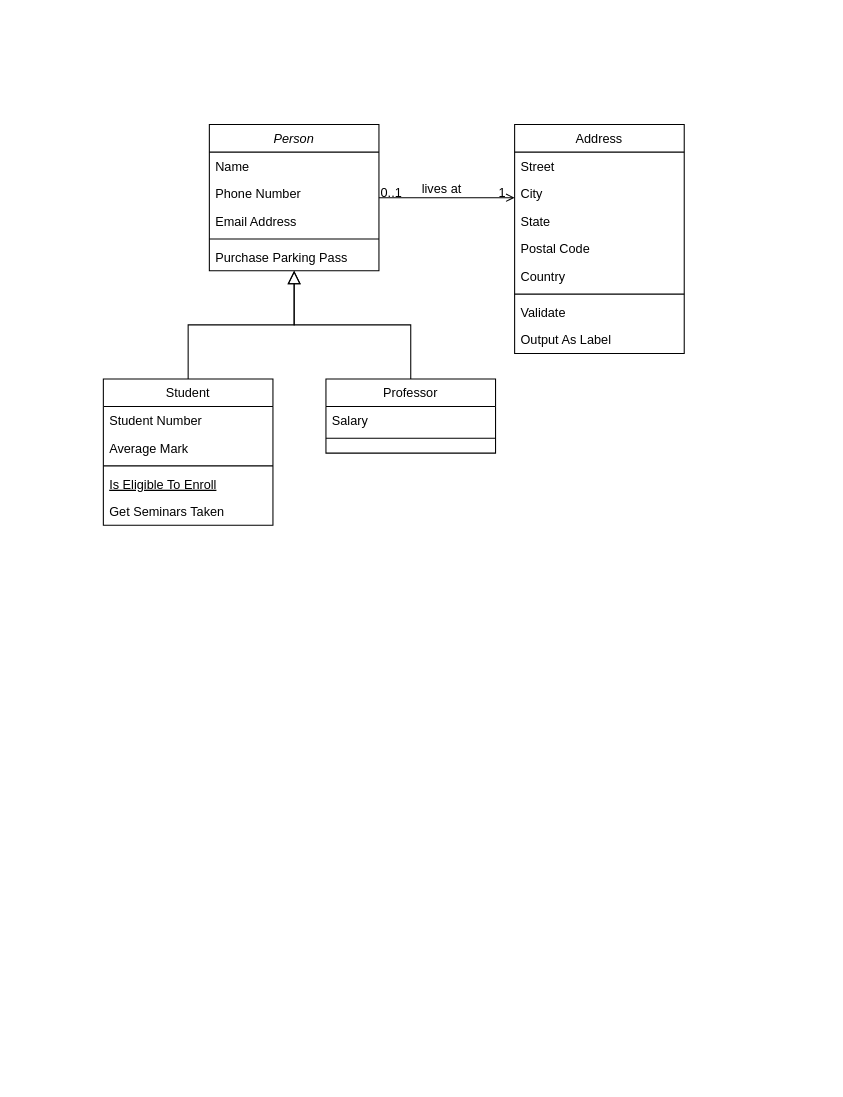
vvmrohit/project keeps this draw.io diagram as Untitled Diagram.drawio. Above is the earlier version. Source tidied: cells renumbered, new cells numbered last; positions are measured from the earlier drawing's top-left corner, leaving out a move shared by most shapes. Both pictures are drawn from the tidied source at 106%, with x=0, y=0 at pixel (103, 124).
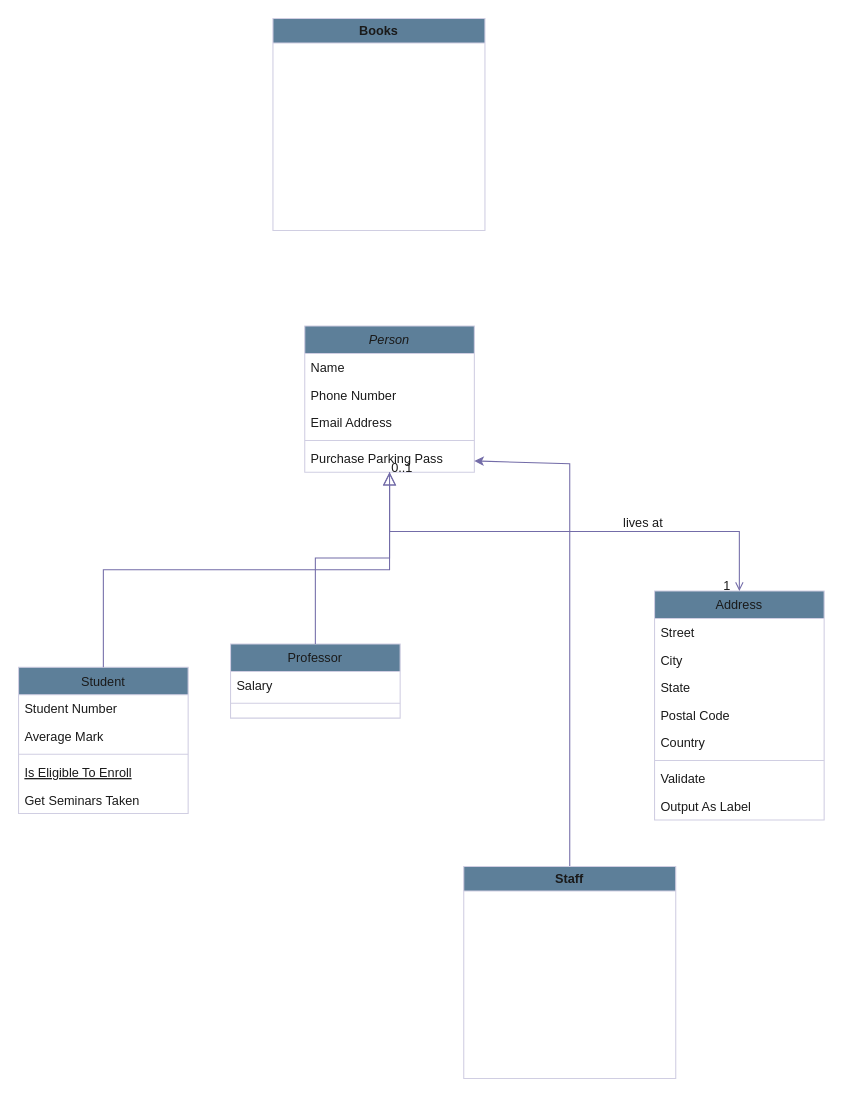
Above is the later version.

Change to the diagram source:
```diff
@@
-    <mxCell id="2" value="Person" style="swimlane;fontStyle=2;align=center;verticalAlign=top;horizontal=1;startSize=26;rounded=0;shadow=0;strokeWidth=1;" parent="1" vertex="1">
-      <mxGeometry x="100" width="160" height="138" as="geometry" />
+    <mxCell id="2" value="Person" style="swimlane;fontStyle=2;align=center;verticalAlign=top;horizontal=1;startSize=26;rounded=0;shadow=0;strokeWidth=1;labelBackgroundColor=none;fillColor=#5D7F99;strokeColor=#D0CEE2;fontColor=#1A1A1A;" parent="1" vertex="1">
+      <mxGeometry x="190" y="190" width="160" height="138" as="geometry" />
     </mxCell>
-    <mxCell id="3" value="Name" style="text;align=left;verticalAlign=top;spacingLeft=4;spacingRight=4;overflow=hidden;" parent="2" vertex="1">
+    <mxCell id="3" value="Name" style="text;align=left;verticalAlign=top;spacingLeft=4;spacingRight=4;overflow=hidden;labelBackgroundColor=none;fontColor=#1A1A1A;" parent="2" vertex="1">
       <mxGeometry y="26" width="160" height="26" as="geometry" />
     </mxCell>
-    <mxCell id="4" value="Phone Number" style="text;align=left;verticalAlign=top;spacingLeft=4;spacingRight=4;overflow=hidden;rounded=0;shadow=0;html=0;" parent="2" vertex="1">
+    <mxCell id="4" value="Phone Number" style="text;align=left;verticalAlign=top;spacingLeft=4;spacingRight=4;overflow=hidden;rounded=0;shadow=0;html=0;labelBackgroundColor=none;fontColor=#1A1A1A;" parent="2" vertex="1">
       <mxGeometry y="52" width="160" height="26" as="geometry" />
     </mxCell>
-    <mxCell id="5" value="Email Address" style="text;align=left;verticalAlign=top;spacingLeft=4;spacingRight=4;overflow=hidden;rounded=0;shadow=0;html=0;" parent="2" vertex="1">
+    <mxCell id="5" value="Email Address" style="text;align=left;verticalAlign=top;spacingLeft=4;spacingRight=4;overflow=hidden;rounded=0;shadow=0;html=0;labelBackgroundColor=none;fontColor=#1A1A1A;" parent="2" vertex="1">
       <mxGeometry y="78" width="160" height="26" as="geometry" />
     </mxCell>
-    <mxCell id="6" style="line;html=1;strokeWidth=1;align=left;verticalAlign=middle;spacingTop=-1;spacingLeft=3;spacingRight=3;labelPosition=right;" parent="2" vertex="1">
+    <mxCell id="6" style="line;html=1;strokeWidth=1;align=left;verticalAlign=middle;spacingTop=-1;spacingLeft=3;spacingRight=3;labelPosition=right;labelBackgroundColor=none;fillColor=#5D7F99;strokeColor=#D0CEE2;fontColor=#1A1A1A;" parent="2" vertex="1">
       <mxGeometry y="104" width="160" height="8" as="geometry" />
     </mxCell>
-    <mxCell id="7" value="Purchase Parking Pass" style="text;align=left;verticalAlign=top;spacingLeft=4;spacingRight=4;overflow=hidden;points=[[0,0.5],[1,0.5]];portConstraint=eastwest;" parent="2" vertex="1">
+    <mxCell id="7" value="Purchase Parking Pass" style="text;align=left;verticalAlign=top;spacingLeft=4;spacingRight=4;overflow=hidden;points=[[0,0.5],[1,0.5]];portConstraint=eastwest;labelBackgroundColor=none;fontColor=#1A1A1A;" parent="2" vertex="1">
       <mxGeometry y="112" width="160" height="26" as="geometry" />
     </mxCell>
-    <mxCell id="8" value="Student" style="swimlane;fontStyle=0;align=center;verticalAlign=top;horizontal=1;startSize=26;rounded=0;shadow=0;strokeWidth=1;" parent="1" vertex="1">
-      <mxGeometry y="240" width="160" height="138" as="geometry" />
+    <mxCell id="8" value="Student" style="swimlane;fontStyle=0;align=center;verticalAlign=top;horizontal=1;startSize=26;rounded=0;shadow=0;strokeWidth=1;labelBackgroundColor=none;fillColor=#5D7F99;strokeColor=#D0CEE2;fontColor=#1A1A1A;" parent="1" vertex="1">
+      <mxGeometry x="-80" y="512" width="160" height="138" as="geometry" />
     </mxCell>
-    <mxCell id="9" value="Student Number" style="text;align=left;verticalAlign=top;spacingLeft=4;spacingRight=4;overflow=hidden;" parent="8" vertex="1">
+    <mxCell id="9" value="Student Number" style="text;align=left;verticalAlign=top;spacingLeft=4;spacingRight=4;overflow=hidden;labelBackgroundColor=none;fontColor=#1A1A1A;" parent="8" vertex="1">
       <mxGeometry y="26" width="160" height="26" as="geometry" />
     </mxCell>
-    <mxCell id="10" value="Average Mark" style="text;align=left;verticalAlign=top;spacingLeft=4;spacingRight=4;overflow=hidden;rounded=0;shadow=0;html=0;" parent="8" vertex="1">
+    <mxCell id="10" value="Average Mark" style="text;align=left;verticalAlign=top;spacingLeft=4;spacingRight=4;overflow=hidden;rounded=0;shadow=0;html=0;labelBackgroundColor=none;fontColor=#1A1A1A;" parent="8" vertex="1">
       <mxGeometry y="52" width="160" height="26" as="geometry" />
     </mxCell>
-    <mxCell id="11" style="line;html=1;strokeWidth=1;align=left;verticalAlign=middle;spacingTop=-1;spacingLeft=3;spacingRight=3;labelPosition=right;" parent="8" vertex="1">
+    <mxCell id="11" style="line;html=1;strokeWidth=1;align=left;verticalAlign=middle;spacingTop=-1;spacingLeft=3;spacingRight=3;labelPosition=right;labelBackgroundColor=none;fillColor=#5D7F99;strokeColor=#D0CEE2;fontColor=#1A1A1A;" parent="8" vertex="1">
       <mxGeometry y="78" width="160" height="8" as="geometry" />
     </mxCell>
-    <mxCell id="12" value="Is Eligible To Enroll" style="text;align=left;verticalAlign=top;spacingLeft=4;spacingRight=4;overflow=hidden;fontStyle=4;" parent="8" vertex="1">
+    <mxCell id="12" value="Is Eligible To Enroll" style="text;align=left;verticalAlign=top;spacingLeft=4;spacingRight=4;overflow=hidden;fontStyle=4;labelBackgroundColor=none;fontColor=#1A1A1A;" parent="8" vertex="1">
       <mxGeometry y="86" width="160" height="26" as="geometry" />
     </mxCell>
-    <mxCell id="13" value="Get Seminars Taken" style="text;align=left;verticalAlign=top;spacingLeft=4;spacingRight=4;overflow=hidden;" parent="8" vertex="1">
+    <mxCell id="13" value="Get Seminars Taken" style="text;align=left;verticalAlign=top;spacingLeft=4;spacingRight=4;overflow=hidden;labelBackgroundColor=none;fontColor=#1A1A1A;" parent="8" vertex="1">
       <mxGeometry y="112" width="160" height="26" as="geometry" />
     </mxCell>
-    <mxCell id="14" style="endArrow=block;endSize=10;endFill=0;shadow=0;strokeWidth=1;rounded=0;edgeStyle=elbowEdgeStyle;elbow=vertical;" parent="1" edge="1" source="8" target="2">
+    <mxCell id="14" style="endArrow=block;endSize=10;endFill=0;shadow=0;strokeWidth=1;rounded=0;edgeStyle=elbowEdgeStyle;elbow=vertical;labelBackgroundColor=none;strokeColor=#736CA8;fontColor=default;" parent="1" edge="1" source="8" target="2">
       <mxGeometry relative="1" as="geometry" />
     </mxCell>
-    <mxCell id="15" value="Professor" style="swimlane;fontStyle=0;align=center;verticalAlign=top;horizontal=1;startSize=26;rounded=0;shadow=0;strokeWidth=1;" parent="1" vertex="1">
-      <mxGeometry x="210" y="240" width="160" height="70" as="geometry" />
+    <mxCell id="15" value="Professor" style="swimlane;fontStyle=0;align=center;verticalAlign=top;horizontal=1;startSize=26;rounded=0;shadow=0;strokeWidth=1;labelBackgroundColor=none;fillColor=#5D7F99;strokeColor=#D0CEE2;fontColor=#1A1A1A;" parent="1" vertex="1">
+      <mxGeometry x="120" y="490" width="160" height="70" as="geometry" />
     </mxCell>
-    <mxCell id="16" value="Salary" style="text;align=left;verticalAlign=top;spacingLeft=4;spacingRight=4;overflow=hidden;" parent="15" vertex="1">
+    <mxCell id="16" value="Salary" style="text;align=left;verticalAlign=top;spacingLeft=4;spacingRight=4;overflow=hidden;labelBackgroundColor=none;fontColor=#1A1A1A;" parent="15" vertex="1">
       <mxGeometry y="26" width="160" height="26" as="geometry" />
     </mxCell>
-    <mxCell id="17" style="line;html=1;strokeWidth=1;align=left;verticalAlign=middle;spacingTop=-1;spacingLeft=3;spacingRight=3;labelPosition=right;" parent="15" vertex="1">
+    <mxCell id="17" style="line;html=1;strokeWidth=1;align=left;verticalAlign=middle;spacingTop=-1;spacingLeft=3;spacingRight=3;labelPosition=right;labelBackgroundColor=none;fillColor=#5D7F99;strokeColor=#D0CEE2;fontColor=#1A1A1A;" parent="15" vertex="1">
       <mxGeometry y="52" width="160" height="8" as="geometry" />
     </mxCell>
-    <mxCell id="18" style="endArrow=block;endSize=10;endFill=0;shadow=0;strokeWidth=1;rounded=0;edgeStyle=elbowEdgeStyle;elbow=vertical;" parent="1" edge="1" source="15" target="2">
+    <mxCell id="18" style="endArrow=block;endSize=10;endFill=0;shadow=0;strokeWidth=1;rounded=0;edgeStyle=elbowEdgeStyle;elbow=vertical;labelBackgroundColor=none;strokeColor=#736CA8;fontColor=default;" parent="1" edge="1" source="15" target="2">
       <mxGeometry relative="1" as="geometry" />
     </mxCell>
-    <mxCell id="19" value="Address" style="swimlane;fontStyle=0;align=center;verticalAlign=top;horizontal=1;startSize=26;rounded=0;shadow=0;strokeWidth=1;" parent="1" vertex="1">
-      <mxGeometry x="388" width="160" height="216" as="geometry" />
+    <mxCell id="19" value="Address" style="swimlane;fontStyle=0;align=center;verticalAlign=top;horizontal=1;startSize=26;rounded=0;shadow=0;strokeWidth=1;labelBackgroundColor=none;fillColor=#5D7F99;strokeColor=#D0CEE2;fontColor=#1A1A1A;" parent="1" vertex="1">
+      <mxGeometry x="520" y="440" width="160" height="216" as="geometry" />
     </mxCell>
-    <mxCell id="20" value="Street" style="text;align=left;verticalAlign=top;spacingLeft=4;spacingRight=4;overflow=hidden;" parent="19" vertex="1">
+    <mxCell id="20" value="Street" style="text;align=left;verticalAlign=top;spacingLeft=4;spacingRight=4;overflow=hidden;labelBackgroundColor=none;fontColor=#1A1A1A;" parent="19" vertex="1">
       <mxGeometry y="26" width="160" height="26" as="geometry" />
     </mxCell>
-    <mxCell id="21" value="City" style="text;align=left;verticalAlign=top;spacingLeft=4;spacingRight=4;overflow=hidden;rounded=0;shadow=0;html=0;" parent="19" vertex="1">
+    <mxCell id="21" value="City" style="text;align=left;verticalAlign=top;spacingLeft=4;spacingRight=4;overflow=hidden;rounded=0;shadow=0;html=0;labelBackgroundColor=none;fontColor=#1A1A1A;" parent="19" vertex="1">
       <mxGeometry y="52" width="160" height="26" as="geometry" />
     </mxCell>
-    <mxCell id="22" value="State" style="text;align=left;verticalAlign=top;spacingLeft=4;spacingRight=4;overflow=hidden;rounded=0;shadow=0;html=0;" parent="19" vertex="1">
+    <mxCell id="22" value="State" style="text;align=left;verticalAlign=top;spacingLeft=4;spacingRight=4;overflow=hidden;rounded=0;shadow=0;html=0;labelBackgroundColor=none;fontColor=#1A1A1A;" parent="19" vertex="1">
       <mxGeometry y="78" width="160" height="26" as="geometry" />
     </mxCell>
-    <mxCell id="23" value="Postal Code" style="text;align=left;verticalAlign=top;spacingLeft=4;spacingRight=4;overflow=hidden;rounded=0;shadow=0;html=0;" parent="19" vertex="1">
+    <mxCell id="23" value="Postal Code" style="text;align=left;verticalAlign=top;spacingLeft=4;spacingRight=4;overflow=hidden;rounded=0;shadow=0;html=0;labelBackgroundColor=none;fontColor=#1A1A1A;" parent="19" vertex="1">
       <mxGeometry y="104" width="160" height="26" as="geometry" />
     </mxCell>
-    <mxCell id="24" value="Country" style="text;align=left;verticalAlign=top;spacingLeft=4;spacingRight=4;overflow=hidden;rounded=0;shadow=0;html=0;" parent="19" vertex="1">
+    <mxCell id="24" value="Country" style="text;align=left;verticalAlign=top;spacingLeft=4;spacingRight=4;overflow=hidden;rounded=0;shadow=0;html=0;labelBackgroundColor=none;fontColor=#1A1A1A;" parent="19" vertex="1">
       <mxGeometry y="130" width="160" height="26" as="geometry" />
     </mxCell>
-    <mxCell id="25" style="line;html=1;strokeWidth=1;align=left;verticalAlign=middle;spacingTop=-1;spacingLeft=3;spacingRight=3;labelPosition=right;" parent="19" vertex="1">
+    <mxCell id="25" style="line;html=1;strokeWidth=1;align=left;verticalAlign=middle;spacingTop=-1;spacingLeft=3;spacingRight=3;labelPosition=right;labelBackgroundColor=none;fillColor=#5D7F99;strokeColor=#D0CEE2;fontColor=#1A1A1A;" parent="19" vertex="1">
       <mxGeometry y="156" width="160" height="8" as="geometry" />
     </mxCell>
-    <mxCell id="26" value="Validate" style="text;align=left;verticalAlign=top;spacingLeft=4;spacingRight=4;overflow=hidden;" parent="19" vertex="1">
+    <mxCell id="26" value="Validate" style="text;align=left;verticalAlign=top;spacingLeft=4;spacingRight=4;overflow=hidden;labelBackgroundColor=none;fontColor=#1A1A1A;" parent="19" vertex="1">
       <mxGeometry y="164" width="160" height="26" as="geometry" />
     </mxCell>
-    <mxCell id="27" value="Output As Label" style="text;align=left;verticalAlign=top;spacingLeft=4;spacingRight=4;overflow=hidden;" parent="19" vertex="1">
+    <mxCell id="27" value="Output As Label" style="text;align=left;verticalAlign=top;spacingLeft=4;spacingRight=4;overflow=hidden;labelBackgroundColor=none;fontColor=#1A1A1A;" parent="19" vertex="1">
       <mxGeometry y="190" width="160" height="26" as="geometry" />
     </mxCell>
-    <mxCell id="28" style="endArrow=open;shadow=0;strokeWidth=1;rounded=0;endFill=1;edgeStyle=elbowEdgeStyle;elbow=vertical;" parent="1" edge="1" source="2" target="19">
+    <mxCell id="28" style="endArrow=open;shadow=0;strokeWidth=1;rounded=0;endFill=1;edgeStyle=elbowEdgeStyle;elbow=vertical;labelBackgroundColor=none;strokeColor=#736CA8;fontColor=default;" parent="1" edge="1" source="2" target="19">
       <mxGeometry x="0.5" y="41" relative="1" as="geometry">
         <mxPoint x="-40" y="32" as="offset" />
       </mxGeometry>
     </mxCell>
-    <mxCell id="29" value="0..1" style="align=left;verticalAlign=bottom;labelBackgroundColor=none;fontSize=12;" parent="28" vertex="1">
+    <mxCell id="29" value="0..1" style="align=left;verticalAlign=bottom;labelBackgroundColor=none;fontSize=12;fillColor=#5D7F99;strokeColor=#D0CEE2;fontColor=#1A1A1A;" parent="28" vertex="1">
       <mxGeometry x="-1" relative="1" as="geometry">
         <mxPoint y="4" as="offset" />
       </mxGeometry>
     </mxCell>
-    <mxCell id="30" value="1" style="align=right;verticalAlign=bottom;labelBackgroundColor=none;fontSize=12;" parent="28" vertex="1">
+    <mxCell id="30" value="1" style="align=right;verticalAlign=bottom;labelBackgroundColor=none;fontSize=12;fillColor=#5D7F99;strokeColor=#D0CEE2;fontColor=#1A1A1A;" parent="28" vertex="1">
       <mxGeometry x="1" relative="1" as="geometry">
         <mxPoint x="-7" y="4" as="offset" />
       </mxGeometry>
     </mxCell>
-    <mxCell id="31" value="lives at" style="text;html=1;align=center;verticalAlign=middle;labelBackgroundColor=none;rounded=0;shadow=0;strokeWidth=1;fontSize=12;" parent="28" vertex="1">
+    <mxCell id="31" value="lives at" style="text;html=1;align=center;verticalAlign=middle;labelBackgroundColor=none;rounded=0;shadow=0;strokeWidth=1;fontSize=12;fontColor=#1A1A1A;" parent="28" vertex="1">
       <mxGeometry x="0.5" y="49" relative="1" as="geometry">
         <mxPoint x="-38" y="40" as="offset" />
       </mxGeometry>
     </mxCell>
+    <mxCell id="32" style="endArrow=classic;html=1;rounded=0;strokeColor=#736CA8;fontColor=#1A1A1A;exitX=0.5;exitY=0;exitDx=0;exitDy=0;" parent="1" edge="1" source="33" target="7">
+      <mxGeometry relative="1" as="geometry">
+        <Array as="points">
+          <mxPoint x="440" y="320" />
+        </Array>
+      </mxGeometry>
+    </mxCell>
+    <mxCell id="33" value="Staff" style="swimlane;whiteSpace=wrap;html=1;strokeColor=#D0CEE2;fontColor=#1A1A1A;fillColor=#5D7F99;" parent="1" vertex="1">
+      <mxGeometry x="340" y="700" width="200" height="200" as="geometry" />
+    </mxCell>
+    <mxCell id="34" value="Books" style="swimlane;whiteSpace=wrap;html=1;strokeColor=#D0CEE2;fontColor=#1A1A1A;fillColor=#5D7F99;" parent="1" vertex="1">
+      <mxGeometry x="160" y="-100" width="200" height="200" as="geometry" />
+    </mxCell>
```
